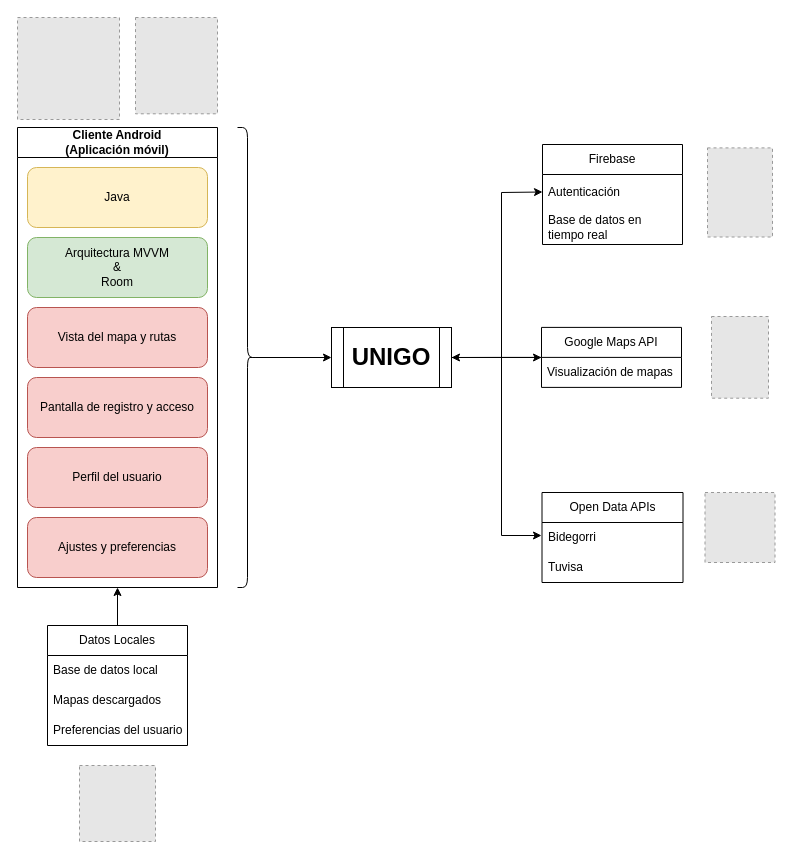
Earlier version of the draw.io diagram docs/.img/Arquitectura.drawio (Xabierland/UNIGO). Source tidied: cells renumbered, new cells numbered last; positions are measured from the earlier drawing's top-left corner, leaving out a move shared by most shapes. Both pictures are drawn from the tidied source at 100%, with x=0, y=0 at pixel (17, 17). Pictures stored in the file or linked from it are replaced by grey dashed boxes.
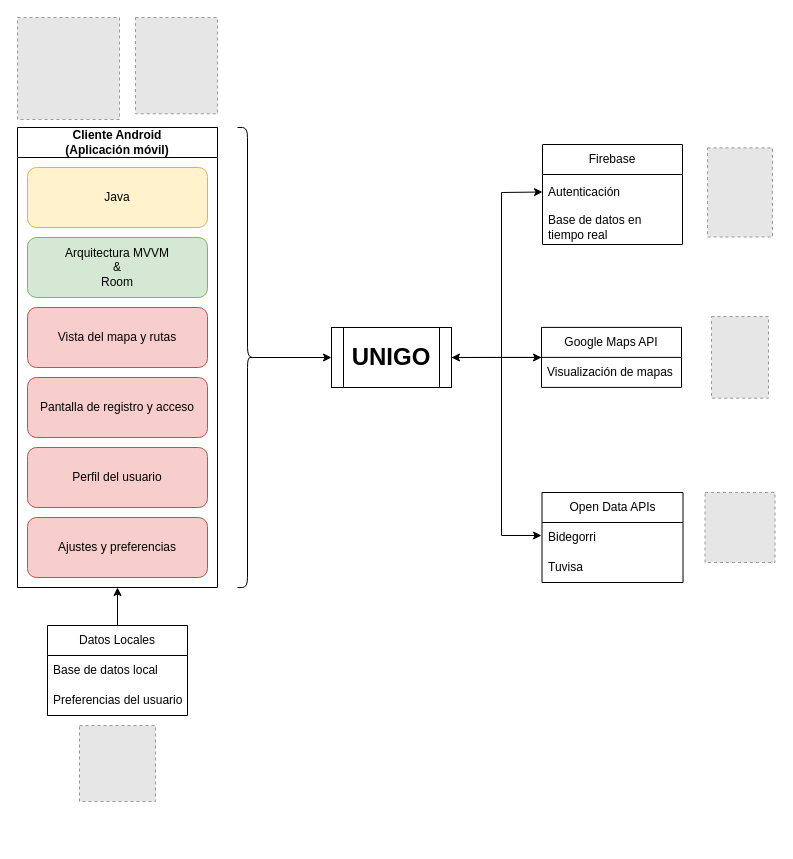
After the change.

Change to the diagram source:
```diff
@@
     <mxCell id="26" value="Datos Locales" style="swimlane;fontStyle=0;horizontal=1;startSize=30;whiteSpace=wrap;html=1;" parent="1" vertex="1">
-      <mxGeometry x="30" y="608" width="140" height="120" as="geometry" />
+      <mxGeometry x="30" y="608" width="140" height="90" as="geometry" />
     </mxCell>
@@
-    <mxCell id="28" value="Mapas descargados" style="text;strokeColor=none;fillColor=none;align=left;verticalAlign=middle;spacingLeft=4;spacingRight=4;overflow=hidden;whiteSpace=wrap;html=1;" parent="26" vertex="1">
-      <mxGeometry y="60" width="140" height="30" as="geometry" />
-    </mxCell>
     <mxCell id="29" value="Preferencias del usuario" style="text;strokeColor=none;fillColor=none;align=left;verticalAlign=middle;spacingLeft=4;spacingRight=4;overflow=hidden;whiteSpace=wrap;html=1;" parent="26" vertex="1">
-      <mxGeometry y="90" width="140" height="30" as="geometry" />
+      <mxGeometry y="60" width="140" height="30" as="geometry" />
     </mxCell>
     <mxCell id="30" style="fillColor=#E6E6E6;strokeColor=#999999;dashed=1;verticalLabelPosition=bottom;labelBackgroundColor=default;verticalAlign=top;" parent="1" vertex="1">
-      <mxGeometry x="62" y="748" width="76" height="76" as="geometry" />
+      <mxGeometry x="62" y="708" width="76" height="76" as="geometry" />
     </mxCell>
```
